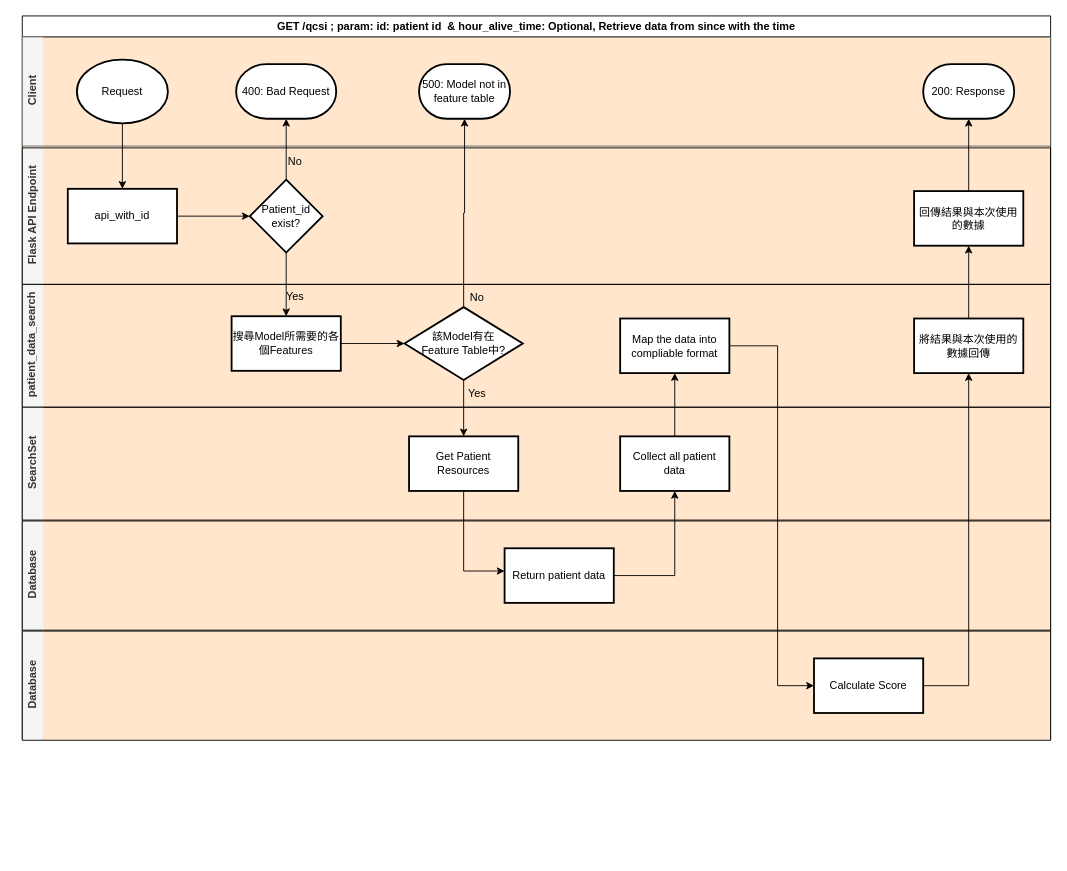
billkuojhgf/text-mining keeps this draw.io diagram as Document/test.drawio. Above is the earlier version. Source tidied: cells renumbered, new cells numbered last; positions are measured from the earlier drawing's top-left corner, leaving out a move shared by most shapes. Both pictures are drawn from the tidied source at 91%, with x=0, y=0 at pixel (22, 15).
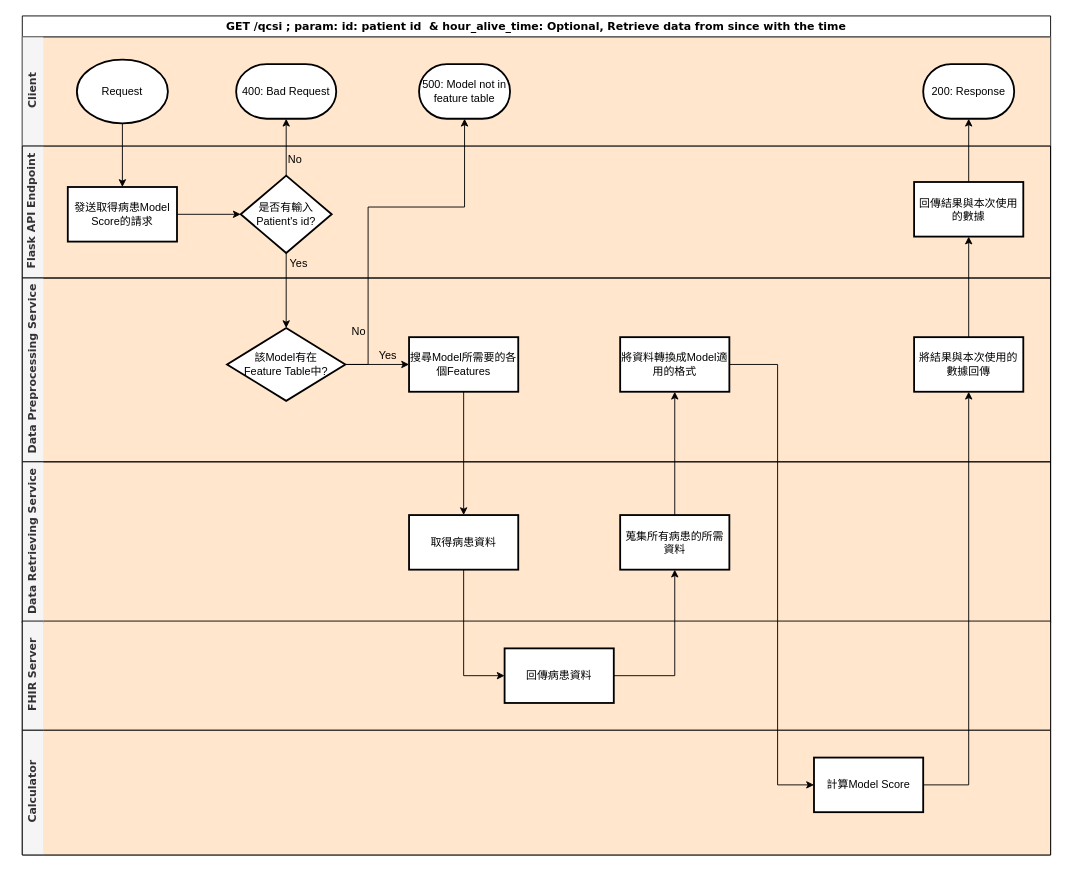
The same diagram, later.

Unchanged cells that the change refers to:
```xml
<mxCell id="6" value="500: Model not in feature table" style="strokeWidth=2;html=1;shape=mxgraph.flowchart.terminator;whiteSpace=wrap;" parent="3" vertex="1">
  <mxGeometry x="436" y="30" width="100" height="60" as="geometry" />
</mxCell>
<mxCell id="7" value="200: Response" style="strokeWidth=2;html=1;shape=mxgraph.flowchart.terminator;whiteSpace=wrap;" parent="3" vertex="1">
  <mxGeometry x="990" y="30" width="100" height="60" as="geometry" />
</mxCell>
```

The edit, as a diff of the source:
```diff
@@
-    <mxCell id="2" value="GET /qcsi ; param: id: patient id  &amp; hour_alive_time: Optional, Retrieve data from since with the time" style="swimlane;swimlaneLine=1;glass=0;shadow=0;rounded=0;sketch=0;swimlaneFillColor=#FFE6CC;" parent="1" vertex="1">
-      <mxGeometry width="1130" height="795" as="geometry" />
+    <mxCell id="2" value="GET /qcsi ; param: id: patient id  &amp; hour_alive_time: Optional, Retrieve data from since with the time" style="swimlane;swimlaneLine=1;glass=0;shadow=0;rounded=0;sketch=0;swimlaneFillColor=#FFE6CC;fontFamily=Verdana;" parent="1" vertex="1">
+      <mxGeometry width="1130" height="922" as="geometry" />
     </mxCell>
-    <mxCell id="3" value="Client" style="swimlane;html=1;horizontal=0;swimlaneLine=0;fillColor=#f5f5f5;strokeColor=#666666;fontColor=#333333;" parent="2" vertex="1">
+    <mxCell id="3" value="&lt;font face=&quot;Verdana&quot;&gt;Client&lt;/font&gt;" style="swimlane;html=1;horizontal=0;swimlaneLine=0;fillColor=#f5f5f5;strokeColor=#666666;fontColor=#333333;startSize=23;" parent="2" vertex="1">
       <mxGeometry y="23" width="1130" height="120" as="geometry" />
     </mxCell>
@@
-    <mxCell id="8" value="Flask API Endpoint" style="swimlane;html=1;horizontal=0;swimlaneLine=0;fillColor=#f5f5f5;fontColor=#333333;" parent="2" vertex="1">
-      <mxGeometry y="145" width="1130" height="150" as="geometry" />
+    <mxCell id="8" value="&lt;font face=&quot;Verdana&quot;&gt;Flask API Endpoint&lt;/font&gt;" style="swimlane;html=1;horizontal=0;swimlaneLine=0;fillColor=#f5f5f5;fontColor=#333333;" parent="2" vertex="1">
+      <mxGeometry y="143" width="1130" height="145" as="geometry" />
     </mxCell>
@@
-    <mxCell id="10" value="api_with_id" style="whiteSpace=wrap;html=1;strokeWidth=2;" parent="8" vertex="1">
+    <mxCell id="10" value="發送取得病患Model Score的請求" style="whiteSpace=wrap;html=1;strokeWidth=2;" parent="8" vertex="1">
       <mxGeometry x="50" y="45" width="120" height="60" as="geometry" />
     </mxCell>
-    <mxCell id="11" value="Patient_id&lt;br&gt;exist?" style="rhombus;whiteSpace=wrap;html=1;strokeWidth=2;" parent="8" vertex="1">
-      <mxGeometry x="250" y="35" width="80" height="80" as="geometry" />
+    <mxCell id="11" value="是否有輸入Patient's id?" style="rhombus;whiteSpace=wrap;html=1;strokeWidth=2;" parent="8" vertex="1">
+      <mxGeometry x="240" y="32.5" width="100" height="85" as="geometry" />
     </mxCell>
@@
+    <mxCell id="40" value="回傳結果與本次使用的數據" style="whiteSpace=wrap;html=1;strokeWidth=2;" parent="8" vertex="1">
+      <mxGeometry x="980" y="39.5" width="120" height="60" as="geometry" />
+    </mxCell>
-    <mxCell id="13" value="patient_data_search" style="swimlane;html=1;horizontal=0;swimlaneLine=0;startSize=23;fillColor=#f5f5f5;fontColor=#333333;" parent="2" vertex="1">
-      <mxGeometry y="295" width="1130" height="135" as="geometry" />
+    <mxCell id="13" value="&lt;font face=&quot;Verdana&quot;&gt;Data Preprocessing Service&lt;/font&gt;" style="swimlane;html=1;horizontal=0;swimlaneLine=0;startSize=23;fillColor=#f5f5f5;fontColor=#333333;" parent="2" vertex="1">
+      <mxGeometry y="288" width="1130" height="202" as="geometry" />
     </mxCell>
     <mxCell id="14" value="Yes" style="text;html=1;strokeColor=none;fillColor=none;align=center;verticalAlign=middle;whiteSpace=wrap;rounded=0;" parent="13" vertex="1">
-      <mxGeometry x="270" y="-1" width="60" height="30" as="geometry" />
+      <mxGeometry x="274" y="-31" width="60" height="30" as="geometry" />
     </mxCell>
-    <mxCell id="15" value="搜尋Model所需要的各&lt;br&gt;個Features" style="whiteSpace=wrap;html=1;strokeWidth=2;" parent="13" vertex="1">
-      <mxGeometry x="230" y="35" width="120" height="60" as="geometry" />
-    </mxCell>
+    <mxCell id="42" style="edgeStyle=orthogonalEdgeStyle;rounded=0;jettySize=auto;html=1;" parent="13" edge="1" source="16" target="15">
+      <mxGeometry relative="1" as="geometry" />
+    </mxCell>
     <mxCell id="16" value="該Model有在&lt;br&gt;Feature Table中?" style="rhombus;whiteSpace=wrap;html=1;strokeWidth=2;" parent="13" vertex="1">
-      <mxGeometry x="420" y="25" width="130" height="80" as="geometry" />
+      <mxGeometry x="225" y="55" width="130" height="80" as="geometry" />
     </mxCell>
-    <mxCell id="17" style="edgeStyle=orthogonalEdgeStyle;rounded=0;jettySize=auto;html=1;" parent="13" edge="1" source="15" target="16">
-      <mxGeometry relative="1" as="geometry" />
-    </mxCell>
     <mxCell id="18" value="No" style="text;html=1;strokeColor=none;fillColor=none;align=center;verticalAlign=middle;whiteSpace=wrap;rounded=0;" parent="13" vertex="1">
-      <mxGeometry x="470" width="60" height="30" as="geometry" />
+      <mxGeometry x="340" y="44" width="60" height="30" as="geometry" />
     </mxCell>
-    <mxCell id="19" value="Yes" style="text;html=1;strokeColor=none;fillColor=none;align=center;verticalAlign=middle;whiteSpace=wrap;rounded=0;" parent="13" vertex="1">
-      <mxGeometry x="470" y="105" width="60" height="30" as="geometry" />
-    </mxCell>
-    <mxCell id="20" value="Map the data into compliable format" style="whiteSpace=wrap;html=1;strokeWidth=2;" parent="13" vertex="1">
-      <mxGeometry x="657" y="37.5" width="120" height="60" as="geometry" />
+    <mxCell id="20" value="將資料轉換成Model適用的格式" style="whiteSpace=wrap;html=1;strokeWidth=2;" parent="13" vertex="1">
+      <mxGeometry x="657" y="65" width="120" height="60" as="geometry" />
     </mxCell>
     <mxCell id="21" value="將結果與本次使用的數據回傳" style="whiteSpace=wrap;html=1;strokeWidth=2;" parent="13" vertex="1">
-      <mxGeometry x="980" y="37.5" width="120" height="60" as="geometry" />
+      <mxGeometry x="980" y="65" width="120" height="60" as="geometry" />
     </mxCell>
+    <mxCell id="15" value="搜尋Model所需要的各&lt;br&gt;個Features" style="whiteSpace=wrap;html=1;strokeWidth=2;" parent="13" vertex="1">
+      <mxGeometry x="425" y="65" width="120" height="60" as="geometry" />
+    </mxCell>
+    <mxCell id="19" value="Yes" style="text;html=1;strokeColor=none;fillColor=none;align=center;verticalAlign=middle;whiteSpace=wrap;rounded=0;" parent="13" vertex="1">
+      <mxGeometry x="372" y="71" width="60" height="30" as="geometry" />
+    </mxCell>
-    <mxCell id="22" value="SearchSet" style="swimlane;html=1;horizontal=0;swimlaneLine=0;startSize=23;fillColor=#f5f5f5;fontColor=#333333;" parent="2" vertex="1">
-      <mxGeometry y="430" width="1130" height="124" as="geometry" />
+    <mxCell id="22" value="&lt;font face=&quot;Verdana&quot;&gt;Data Retrieving Service&lt;/font&gt;" style="swimlane;html=1;horizontal=0;swimlaneLine=0;startSize=23;fillColor=#f5f5f5;fontColor=#333333;" parent="2" vertex="1">
+      <mxGeometry y="490" width="1130" height="177" as="geometry" />
     </mxCell>
-    <mxCell id="23" value="Get Patient Resources" style="whiteSpace=wrap;html=1;strokeWidth=2;" parent="22" vertex="1">
-      <mxGeometry x="425" y="32" width="120" height="60" as="geometry" />
+    <mxCell id="23" value="取得病患資料" style="whiteSpace=wrap;html=1;strokeWidth=2;" parent="22" vertex="1">
+      <mxGeometry x="425" y="58.5" width="120" height="60" as="geometry" />
     </mxCell>
-    <mxCell id="24" value="Collect all patient data" style="whiteSpace=wrap;html=1;strokeWidth=2;" parent="22" vertex="1">
-      <mxGeometry x="657" y="32" width="120" height="60" as="geometry" />
+    <mxCell id="24" value="蒐集所有病患的所需資料" style="whiteSpace=wrap;html=1;strokeWidth=2;" parent="22" vertex="1">
+      <mxGeometry x="657" y="58.5" width="120" height="60" as="geometry" />
     </mxCell>
-    <mxCell id="25" value="Database" style="swimlane;html=1;horizontal=0;swimlaneLine=0;startSize=23;fillColor=#f5f5f5;fontColor=#333333;swimlaneFillColor=#FFE6CC;" parent="2" vertex="1">
-      <mxGeometry y="555" width="1130" height="120" as="geometry" />
+    <mxCell id="25" value="&lt;font face=&quot;Verdana&quot;&gt;FHIR Server&lt;/font&gt;" style="swimlane;html=1;horizontal=0;swimlaneLine=0;startSize=23;fillColor=#f5f5f5;fontColor=#333333;swimlaneFillColor=#FFE6CC;" parent="2" vertex="1">
+      <mxGeometry y="665" width="1130" height="120" as="geometry" />
     </mxCell>
-    <mxCell id="26" value="Return patient data" style="whiteSpace=wrap;html=1;strokeWidth=2;" parent="25" vertex="1">
+    <mxCell id="26" value="回傳病患資料" style="whiteSpace=wrap;html=1;strokeWidth=2;" parent="25" vertex="1">
       <mxGeometry x="530" y="30" width="120" height="60" as="geometry" />
     </mxCell>
@@
-    <mxCell id="29" style="edgeStyle=orthogonalEdgeStyle;rounded=0;jettySize=auto;html=1;" parent="2" edge="1" source="11" target="15">
-      <mxGeometry relative="1" as="geometry" />
-    </mxCell>
     <mxCell id="30" style="edgeStyle=orthogonalEdgeStyle;rounded=0;jettySize=auto;html=1;" parent="2" edge="1" source="16" target="6">
-      <mxGeometry relative="1" as="geometry" />
+      <mxGeometry relative="1" as="geometry">
+        <Array as="points">
+          <mxPoint x="380" y="383" />
+          <mxPoint x="380" y="210" />
+          <mxPoint x="486" y="210" />
+        </Array>
+      </mxGeometry>
     </mxCell>
-    <mxCell id="31" style="edgeStyle=orthogonalEdgeStyle;rounded=0;jettySize=auto;html=1;" parent="2" edge="1" source="16" target="23">
-      <mxGeometry relative="1" as="geometry" />
-    </mxCell>
     <mxCell id="32" style="edgeStyle=orthogonalEdgeStyle;rounded=0;jettySize=auto;html=1;" parent="2" edge="1" source="23" target="26">
       <mxGeometry relative="1" as="geometry">
         <Array as="points">
-          <mxPoint x="485" y="610" />
+          <mxPoint x="485" y="725" />
         </Array>
       </mxGeometry>
     </mxCell>
@@
+    <mxCell id="43" style="edgeStyle=orthogonalEdgeStyle;rounded=0;jettySize=auto;html=1;" parent="2" edge="1" source="11" target="16">
+      <mxGeometry relative="1" as="geometry" />
+    </mxCell>
+    <mxCell id="44" style="edgeStyle=orthogonalEdgeStyle;rounded=0;jettySize=auto;html=1;" parent="2" edge="1" source="15" target="23">
+      <mxGeometry relative="1" as="geometry" />
+    </mxCell>
-    <mxCell id="35" value="Database" style="swimlane;html=1;horizontal=0;swimlaneLine=0;startSize=23;fillColor=#f5f5f5;fontColor=#333333;swimlaneFillColor=#FFE6CC;" parent="1" vertex="1">
-      <mxGeometry y="676" width="1130" height="120" as="geometry" />
+    <mxCell id="35" value="&lt;p&gt;&lt;font face=&quot;Verdana&quot;&gt;Calculator&lt;/font&gt;&lt;/p&gt;" style="swimlane;html=1;horizontal=0;swimlaneLine=0;startSize=23;fillColor=#f5f5f5;fontColor=#333333;swimlaneFillColor=#FFE6CC;" parent="2" vertex="1">
+      <mxGeometry y="785" width="1130" height="137" as="geometry" />
     </mxCell>
-    <mxCell id="36" value="Calculate Score" style="whiteSpace=wrap;html=1;strokeWidth=2;" parent="35" vertex="1">
+    <mxCell id="36" value="計算Model Score" style="whiteSpace=wrap;html=1;strokeWidth=2;" parent="35" vertex="1">
       <mxGeometry x="870" y="30" width="120" height="60" as="geometry" />
     </mxCell>
+    <mxCell id="38" style="edgeStyle=orthogonalEdgeStyle;rounded=0;jettySize=auto;html=1;" parent="2" edge="1" source="36" target="21">
+      <mxGeometry relative="1" as="geometry">
+        <Array as="points">
+          <mxPoint x="1040" y="845" />
+        </Array>
+      </mxGeometry>
+    </mxCell>
-    <mxCell id="37" style="edgeStyle=orthogonalEdgeStyle;rounded=0;jettySize=auto;html=1;" parent="1" edge="1" source="20" target="36">
+    <mxCell id="37" style="edgeStyle=orthogonalEdgeStyle;rounded=0;jettySize=auto;html=1;" parent="2" edge="1" source="20" target="36">
       <mxGeometry relative="1" as="geometry">
         <Array as="points">
-          <mxPoint x="830" y="363" />
-          <mxPoint x="830" y="736" />
+          <mxPoint x="830" y="383" />
+          <mxPoint x="830" y="845" />
         </Array>
       </mxGeometry>
     </mxCell>
-    <mxCell id="38" style="edgeStyle=orthogonalEdgeStyle;rounded=0;jettySize=auto;html=1;" parent="1" edge="1" source="36" target="21">
-      <mxGeometry relative="1" as="geometry">
-        <Array as="points">
-          <mxPoint x="1040" y="736" />
-        </Array>
-      </mxGeometry>
-    </mxCell>
-    <mxCell id="39" style="edgeStyle=orthogonalEdgeStyle;rounded=0;jettySize=auto;html=1;entryX=0.5;entryY=1;entryDx=0;entryDy=0;entryPerimeter=0;" parent="1" edge="1" source="40" target="7">
+    <mxCell id="39" style="edgeStyle=orthogonalEdgeStyle;rounded=0;jettySize=auto;html=1;entryX=0.5;entryY=1;entryDx=0;entryDy=0;entryPerimeter=0;" parent="2" edge="1" source="40" target="7">
       <mxGeometry relative="1" as="geometry" />
     </mxCell>
-    <mxCell id="40" value="回傳結果與本次使用的數據" style="whiteSpace=wrap;html=1;strokeWidth=2;" parent="1" vertex="1">
-      <mxGeometry x="980" y="192.5" width="120" height="60" as="geometry" />
-    </mxCell>
-    <mxCell id="41" style="edgeStyle=orthogonalEdgeStyle;rounded=0;jettySize=auto;html=1;" parent="1" edge="1" source="21" target="40">
+    <mxCell id="41" style="edgeStyle=orthogonalEdgeStyle;rounded=0;jettySize=auto;html=1;" parent="2" edge="1" source="21" target="40">
       <mxGeometry relative="1" as="geometry" />
     </mxCell>
```
